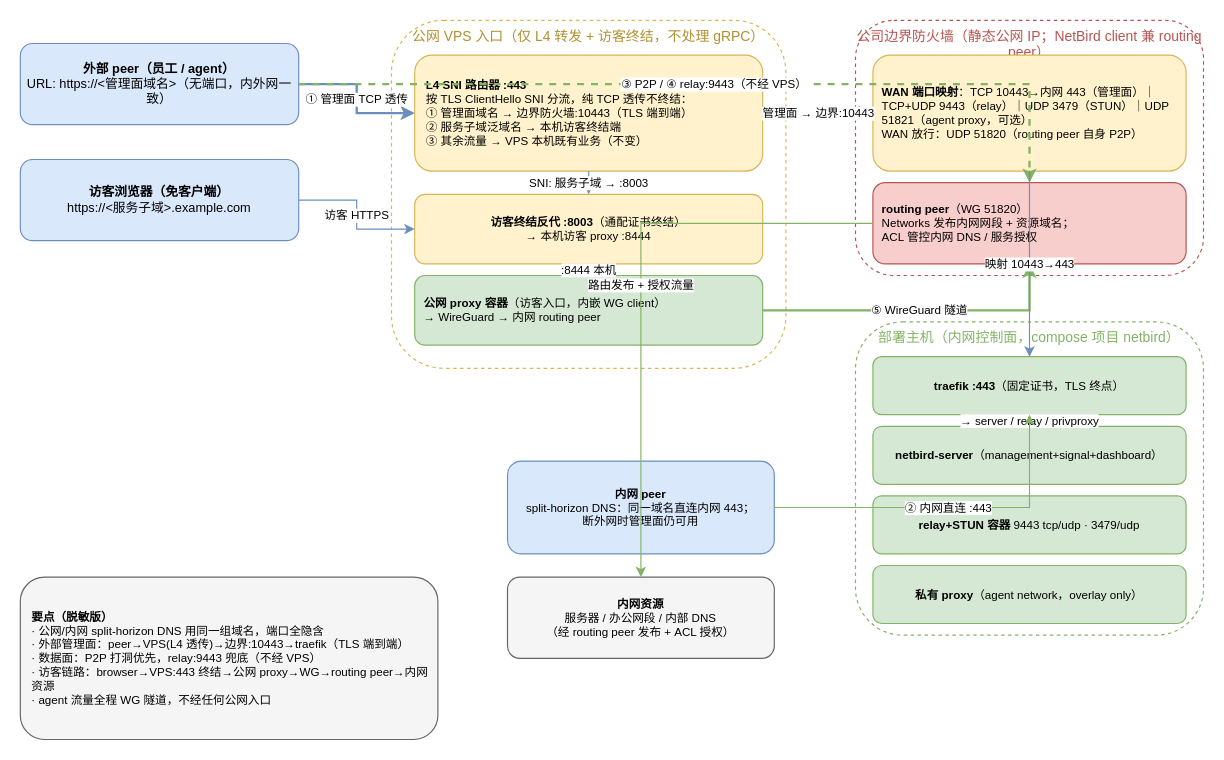
Before: docs/final-architecture.drawio in xyonium/compose, a draw.io diagram. Source tidied: cells renumbered, new cells numbered last; positions are measured from the earlier drawing's top-left corner, leaving out a move shared by most shapes. Both pictures are drawn from the tidied source at 116%, with x=0, y=0 at pixel (20, 20).
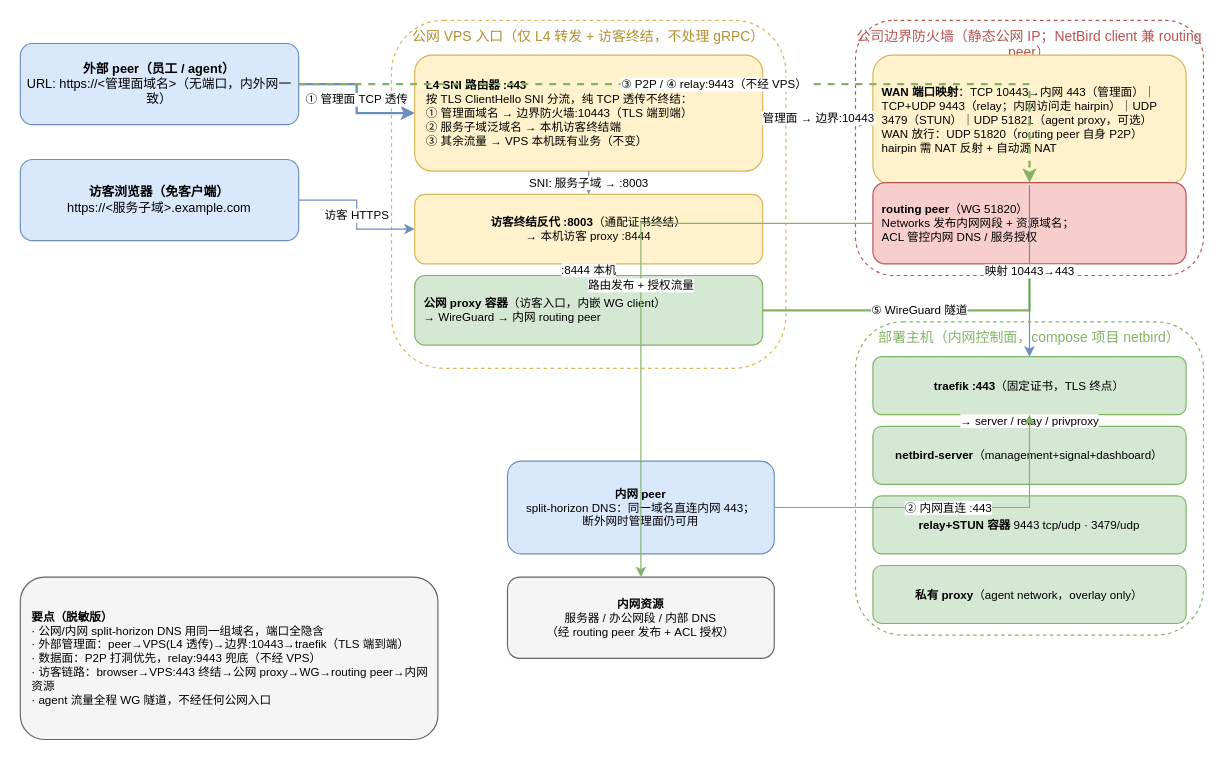
The same page after the edit.

Commit message:
docs(netbird): drawio WAN 映射框补 hairpin 说明

- 9443 那条补「内网访问走 hairpin」
- 增一行「hairpin 需 NAT 反射 + 自动源 NAT」
- 框高 100 → 112 容纳新增行（下方 routing-peer 在 y=180，底边 182，未覆盖）

Change to the diagram source:
```diff
@@
-    <mxCell id="9" value="&lt;b&gt;WAN 端口映射&lt;/b&gt;：TCP 10443→内网 443（管理面）｜TCP+UDP 9443（relay）｜UDP 3479（STUN）｜UDP 51821（agent proxy，可选）&lt;br/&gt;WAN 放行：UDP 51820（routing peer 自身 P2P）" style="rounded=1;whiteSpace=wrap;html=1;fillColor=#fff2cc;strokeColor=#d6b656;fontSize=10;align=left;spacingLeft=6;verticalAlign=middle;" parent="1" vertex="1">
-      <mxGeometry x="735" y="30" width="270" height="100" as="geometry" />
+    <mxCell id="9" value="&lt;b&gt;WAN 端口映射&lt;/b&gt;：TCP 10443→内网 443（管理面）｜TCP+UDP 9443（relay；内网访问走 hairpin）｜UDP 3479（STUN）｜UDP 51821（agent proxy，可选）&lt;br/&gt;WAN 放行：UDP 51820（routing peer 自身 P2P）&lt;br/&gt;hairpin 需 NAT 反射 + 自动源 NAT" style="rounded=1;whiteSpace=wrap;html=1;fillColor=#fff2cc;strokeColor=#d6b656;fontSize=10;align=left;spacingLeft=6;verticalAlign=middle;" parent="1" vertex="1">
+      <mxGeometry x="735" y="30" width="270" height="112" as="geometry" />
     </mxCell>
```
